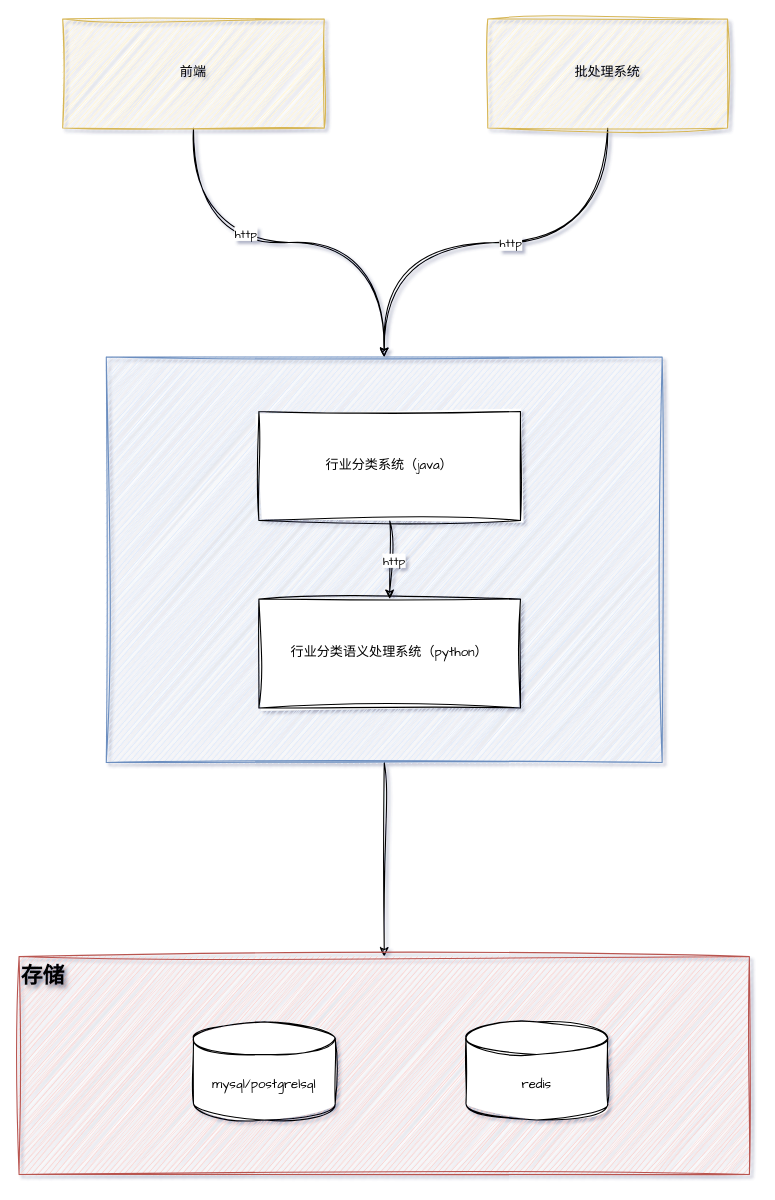
n-i-n-g-e-n/drawio keeps this draw.io diagram as 行业分类3,0.drawio. Above is the earlier version. Source tidied: cells renumbered, new cells numbered last; positions are measured from the earlier drawing's top-left corner, leaving out a move shared by most shapes. Both pictures are drawn from the tidied source at 109%, with x=0, y=0 at pixel (19, 19).
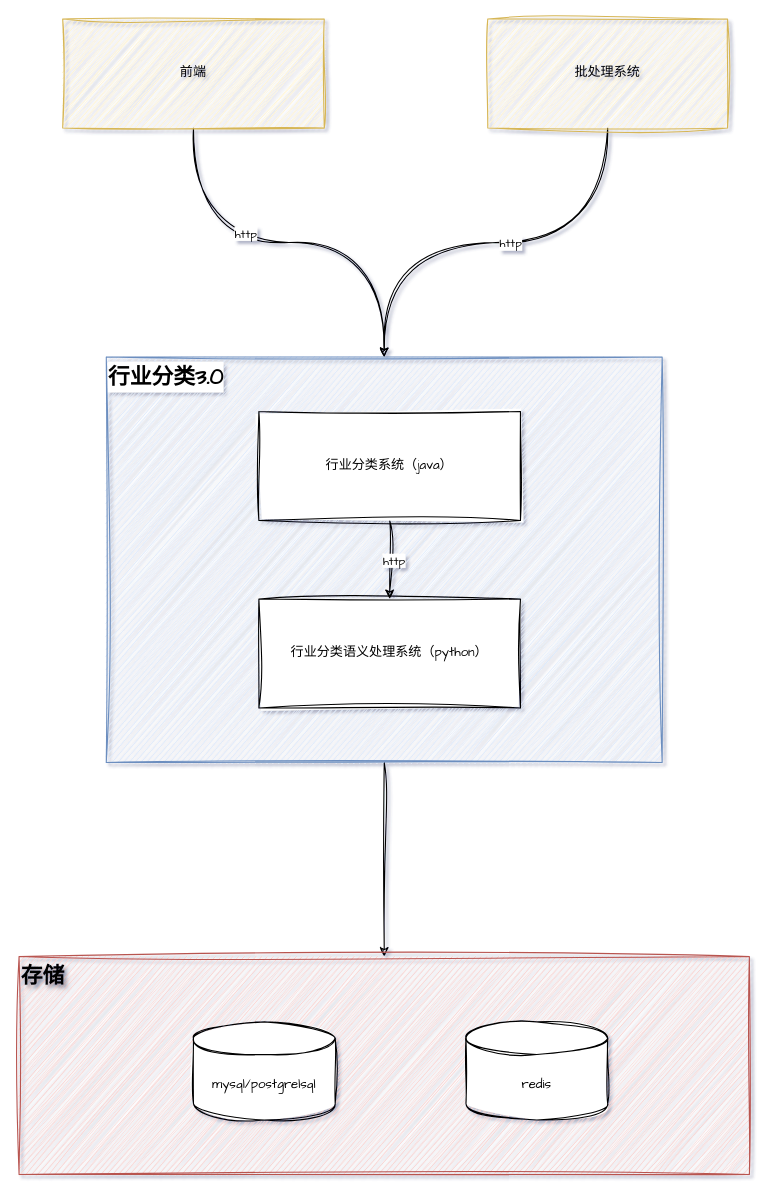
After the change.

Commit message (it also covers changes not shown here):
更新行业分类3,0.drawio

Diff of the diagram source:
```diff
@@
 <mxGraphModel shadow="1">
   <root>
     <mxCell id="0" />
     <mxCell id="1" parent="0" />
     <mxCell id="2" style="edgeStyle=orthogonalEdgeStyle;sketch=1;hachureGap=4;jiggle=2;curveFitting=1;jettySize=auto;html=1;exitX=0.5;exitY=1;exitDx=0;exitDy=0;entryX=0.5;entryY=0;entryDx=0;entryDy=0;fontFamily=Architects Daughter;" parent="1" edge="1" source="3" target="15">
       <mxGeometry relative="1" as="geometry" />
     </mxCell>
-    <mxCell id="3" style="rounded=0;whiteSpace=wrap;html=1;sketch=1;hachureGap=4;jiggle=2;curveFitting=1;fontFamily=Architects Daughter;fillColor=#dae8fc;strokeColor=#6c8ebf;" parent="1" vertex="1">
+    <mxCell id="3" value="&lt;font style=&quot;font-size: 20px;&quot;&gt;&lt;b style=&quot;background-color: light-dark(#ffffff, var(--ge-dark-color, #121212));&quot;&gt;行业分类3.0&lt;/b&gt;&lt;/font&gt;" style="rounded=0;whiteSpace=wrap;html=1;sketch=1;hachureGap=4;jiggle=2;curveFitting=1;fontFamily=Architects Daughter;fillColor=#dae8fc;strokeColor=#6c8ebf;align=left;verticalAlign=top;" parent="1" vertex="1">
       <mxGeometry x="80" y="310" width="510" height="372" as="geometry" />
     </mxCell>
     <mxCell id="4" style="edgeStyle=orthogonalEdgeStyle;sketch=1;hachureGap=4;jiggle=2;curveFitting=1;jettySize=auto;html=1;exitX=0.5;exitY=1;exitDx=0;exitDy=0;entryX=0.5;entryY=0;entryDx=0;entryDy=0;fontFamily=Architects Daughter;rounded=0;curved=1;" parent="1" edge="1" source="6" target="3">
       <mxGeometry relative="1" as="geometry" />
     </mxCell>
     <mxCell id="5" value="http" style="edgeLabel;html=1;align=center;verticalAlign=middle;sketch=1;hachureGap=4;jiggle=2;curveFitting=1;fontFamily=Architects Daughter;" parent="4" vertex="1">
       <mxGeometry x="-0.21" y="9" relative="1" as="geometry" />
     </mxCell>
     <mxCell id="6" value="&lt;div&gt;前端&lt;/div&gt;" style="rounded=0;whiteSpace=wrap;html=1;sketch=1;hachureGap=4;jiggle=2;curveFitting=1;fontFamily=Architects Daughter;fillColor=#fff2cc;strokeColor=#d6b656;" parent="1" vertex="1">
       <mxGeometry x="40" width="240" height="100" as="geometry" />
     </mxCell>
     <mxCell id="7" style="edgeStyle=orthogonalEdgeStyle;sketch=1;hachureGap=4;jiggle=2;curveFitting=1;jettySize=auto;html=1;exitX=0.5;exitY=1;exitDx=0;exitDy=0;entryX=0.5;entryY=0;entryDx=0;entryDy=0;fontFamily=Architects Daughter;rounded=0;curved=1;" parent="1" edge="1" source="9" target="3">
       <mxGeometry relative="1" as="geometry" />
     </mxCell>
     <mxCell id="8" value="http" style="edgeLabel;html=1;align=center;verticalAlign=middle;sketch=1;hachureGap=4;jiggle=2;curveFitting=1;fontFamily=Architects Daughter;" parent="7" vertex="1">
       <mxGeometry x="-0.06" relative="1" as="geometry" />
     </mxCell>
     <mxCell id="9" value="批处理系统" style="rounded=0;whiteSpace=wrap;html=1;sketch=1;hachureGap=4;jiggle=2;curveFitting=1;fontFamily=Architects Daughter;fillColor=#fff2cc;strokeColor=#d6b656;" parent="1" vertex="1">
       <mxGeometry x="430" width="220" height="100" as="geometry" />
     </mxCell>
     <mxCell id="10" style="edgeStyle=orthogonalEdgeStyle;sketch=1;hachureGap=4;jiggle=2;curveFitting=1;jettySize=auto;html=1;exitX=0.5;exitY=1;exitDx=0;exitDy=0;entryX=0.5;entryY=0;entryDx=0;entryDy=0;fontFamily=Architects Daughter;" parent="1" edge="1" source="12" target="13">
       <mxGeometry relative="1" as="geometry" />
     </mxCell>
     <mxCell id="11" value="http" style="edgeLabel;html=1;align=center;verticalAlign=middle;sketch=1;hachureGap=4;jiggle=2;curveFitting=1;fontFamily=Architects Daughter;" parent="10" vertex="1">
       <mxGeometry x="-0.01" y="3" relative="1" as="geometry" />
     </mxCell>
     <mxCell id="12" value="行业分类系统（java）" style="rounded=0;whiteSpace=wrap;html=1;sketch=1;hachureGap=4;jiggle=2;curveFitting=1;fontFamily=Architects Daughter;" parent="1" vertex="1">
       <mxGeometry x="220" y="360" width="240" height="100" as="geometry" />
     </mxCell>
     <mxCell id="13" value="行业分类语义处理系统（python）" style="rounded=0;whiteSpace=wrap;html=1;sketch=1;hachureGap=4;jiggle=2;curveFitting=1;fontFamily=Architects Daughter;" parent="1" vertex="1">
       <mxGeometry x="220" y="532" width="240" height="100" as="geometry" />
     </mxCell>
     <mxCell id="14" style="group;" parent="1" vertex="1">
       <mxGeometry y="860" width="670" height="200" as="geometry" />
     </mxCell>
     <mxCell id="15" value="存储" style="rounded=0;whiteSpace=wrap;html=1;sketch=1;hachureGap=4;jiggle=2;curveFitting=1;fontFamily=Architects Daughter;align=left;verticalAlign=top;fontSize=20;fontStyle=1;textShadow=1;fillColor=#f8cecc;strokeColor=#b85450;" parent="14" vertex="1">
       <mxGeometry width="670" height="200" as="geometry" />
     </mxCell>
     <mxCell id="16" value="redis" style="shape=cylinder3;whiteSpace=wrap;html=1;boundedLbl=1;backgroundOutline=1;size=15;sketch=1;hachureGap=4;jiggle=2;curveFitting=1;fontFamily=Architects Daughter;" parent="14" vertex="1">
       <mxGeometry x="410" y="60" width="130" height="90" as="geometry" />
     </mxCell>
     <mxCell id="17" value="mysql/postgrelsql" style="shape=cylinder3;whiteSpace=wrap;html=1;boundedLbl=1;backgroundOutline=1;size=15;sketch=1;hachureGap=4;jiggle=2;curveFitting=1;fontFamily=Architects Daughter;" parent="14" vertex="1">
       <mxGeometry x="160" y="60" width="130" height="90" as="geometry" />
     </mxCell>
   </root>
 </mxGraphModel>
```
